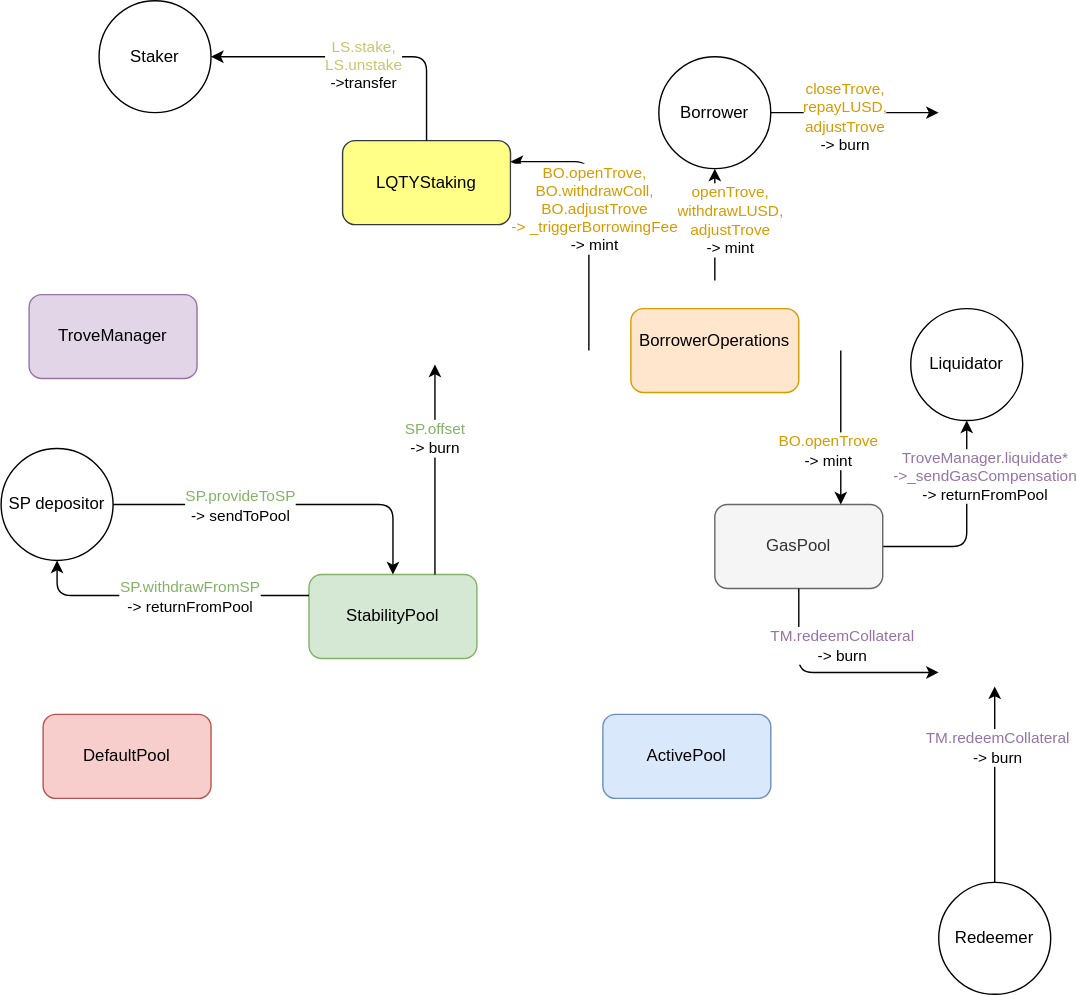
Above: images/LUSD_flows.svg in liquity/dev (draw.io), before the change. Source tidied: cells renumbered, new cells last; positions are measured from the earlier drawing's top-left corner, leaving out a move shared by most shapes.
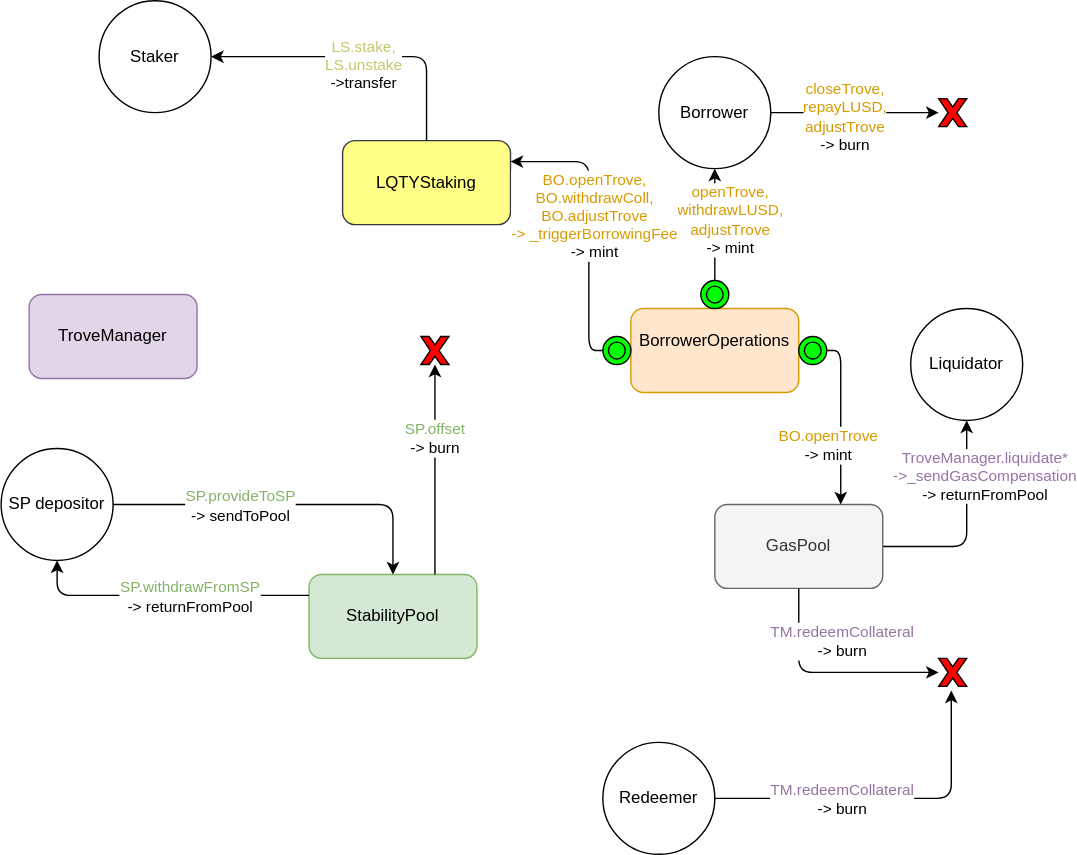
The same file after the commit.

Commit message:
Update LUSD flows diagram

What changed in the source:
```diff
@@ -5,9 +5,6 @@
     <mxCell id="2" value="&lt;div&gt;TroveManager&lt;/div&gt;" style="rounded=1;whiteSpace=wrap;html=1;fillColor=#e1d5e7;strokeColor=#9673a6;" parent="1" vertex="1">
       <mxGeometry x="20" y="210" width="120" height="60" as="geometry" />
     </mxCell>
-    <mxCell id="3" value="DefaultPool" style="rounded=1;whiteSpace=wrap;html=1;fillColor=#f8cecc;strokeColor=#b85450;" parent="1" vertex="1">
-      <mxGeometry x="30" y="510" width="120" height="60" as="geometry" />
-    </mxCell>
     <mxCell id="4" value="StabilityPool" style="rounded=1;whiteSpace=wrap;html=1;fillColor=#d5e8d4;strokeColor=#82b366;" parent="1" vertex="1">
       <mxGeometry x="220" y="410" width="120" height="60" as="geometry" />
     </mxCell>
@@ -28,11 +25,8 @@
       </mxGeometry>
     </mxCell>
     <mxCell id="9" value="Redeemer" style="ellipse;whiteSpace=wrap;html=1;" parent="1" vertex="1">
-      <mxGeometry x="670" y="630" width="80" height="80" as="geometry" />
+      <mxGeometry x="430" y="530" width="80" height="80" as="geometry" />
     </mxCell>
-    <mxCell id="10" value="ActivePool" style="rounded=1;whiteSpace=wrap;html=1;fillColor=#dae8fc;strokeColor=#6c8ebf;" parent="1" vertex="1">
-      <mxGeometry x="430" y="510" width="120" height="60" as="geometry" />
-    </mxCell>
     <mxCell id="11" value="Liquidator" style="ellipse;whiteSpace=wrap;html=1;" parent="1" vertex="1">
       <mxGeometry x="650" y="220" width="80" height="80" as="geometry" />
     </mxCell>
@@ -66,9 +60,8 @@
     <mxCell id="17" value="GasPool" style="rounded=1;whiteSpace=wrap;html=1;fillColor=#f5f5f5;strokeColor=#666666;fontColor=#333333;" parent="1" vertex="1">
       <mxGeometry x="510" y="360" width="120" height="60" as="geometry" />
     </mxCell>
-    <mxCell id="18" style="endArrow=classic;html=1;entryX=0.75;entryY=0;entryDx=0;entryDy=0;" parent="1" edge="1" target="17">
+    <mxCell id="18" style="endArrow=classic;html=1;entryX=0.75;entryY=0;entryDx=0;entryDy=0;exitX=1;exitY=0.5;exitDx=0;exitDy=0;" parent="1" edge="1" source="41" target="17">
       <mxGeometry relative="1" as="geometry">
-        <mxPoint x="600" y="250" as="sourcePoint" />
         <Array as="points">
           <mxPoint x="600" y="250" />
         </Array>
@@ -95,9 +88,8 @@
     <mxCell id="23" value="&lt;font color=&quot;#C7C76A&quot;&gt;LS.stake,&lt;br&gt;LS.unstake&lt;/font&gt;&lt;br&gt;-&amp;gt;transfer" style="edgeLabel;html=1;align=center;verticalAlign=middle;" parent="22" vertex="1">
       <mxGeometry x="-0.01" y="5" relative="1" as="geometry" />
     </mxCell>
-    <mxCell id="24" style="endArrow=classic;html=1;entryX=1;entryY=0.25;entryDx=0;entryDy=0;" parent="1" edge="1" target="21">
+    <mxCell id="24" style="endArrow=classic;html=1;entryX=1;entryY=0.25;entryDx=0;entryDy=0;exitX=0;exitY=0.5;exitDx=0;exitDy=0;" parent="1" edge="1" source="36" target="21">
       <mxGeometry relative="1" as="geometry">
-        <mxPoint x="420" y="250" as="sourcePoint" />
         <Array as="points">
           <mxPoint x="420" y="250" />
           <mxPoint x="420" y="115" />
@@ -135,13 +127,17 @@
     <mxCell id="31" value="&lt;span style=&quot;color: rgb(130 , 179 , 102)&quot;&gt;SP.offset&lt;br&gt;&lt;/span&gt;&lt;div&gt;-&amp;gt; burn&lt;/div&gt;" style="edgeLabel;html=1;align=center;verticalAlign=middle;" parent="30" vertex="1">
       <mxGeometry x="0.31" y="1" relative="1" as="geometry" />
     </mxCell>
-    <mxCell id="32" style="endArrow=classic;html=1;exitX=0.5;exitY=0;exitDx=0;exitDy=0;" parent="1" edge="1" source="9">
+    <mxCell id="32" style="endArrow=classic;html=1;exitX=1;exitY=0.5;exitDx=0;exitDy=0;entryX=0.45;entryY=1.15;entryDx=0;entryDy=0;entryPerimeter=0;" parent="1" edge="1" source="9" target="37">
       <mxGeometry relative="1" as="geometry">
-        <mxPoint x="710" y="490" as="targetPoint" />
+        <Array as="points">
+          <mxPoint x="679" y="570" />
+        </Array>
       </mxGeometry>
     </mxCell>
     <mxCell id="33" value="&lt;div&gt;&lt;font color=&quot;#9673A6&quot;&gt;TM.redeemCollateral&lt;/font&gt;&lt;/div&gt;&lt;div&gt;-&amp;gt; burn&lt;font color=&quot;#9673A6&quot;&gt;&lt;br&gt;&lt;/font&gt;&lt;/div&gt;" style="edgeLabel;html=1;align=center;verticalAlign=middle;" parent="32" vertex="1">
-      <mxGeometry x="0.39" y="-1" relative="1" as="geometry" />
+      <mxGeometry x="0.39" y="-1" relative="1" as="geometry">
+        <mxPoint x="-80" y="1" as="offset" />
+      </mxGeometry>
     </mxCell>
     <mxCell id="34" style="endArrow=classic;html=1;exitX=0.5;exitY=1;exitDx=0;exitDy=0;" parent="1" edge="1" source="17">
       <mxGeometry relative="1" as="geometry">
@@ -153,8 +149,26 @@
     </mxCell>
     <mxCell id="35" value="&lt;div&gt;&lt;font color=&quot;#9673A6&quot;&gt;TM.redeemCollateral&lt;/font&gt;&lt;/div&gt;&lt;div&gt;-&amp;gt; burn&lt;font color=&quot;#9673A6&quot;&gt;&lt;br&gt;&lt;/font&gt;&lt;/div&gt;" style="edgeLabel;html=1;align=center;verticalAlign=middle;" parent="34" vertex="1">
       <mxGeometry x="0.39" y="-1" relative="1" as="geometry">
-        <mxPoint x="-21" y="-21" as="offset" />
+        <mxPoint x="-21" y="-24" as="offset" />
       </mxGeometry>
     </mxCell>
+    <mxCell id="36" style="ellipse;shape=doubleEllipse;whiteSpace=wrap;html=1;fillColor=#00FF00;strokeColor=#000000;" parent="1" vertex="1">
+      <mxGeometry x="430" y="240" width="20" height="20" as="geometry" />
+    </mxCell>
+    <mxCell id="37" style="verticalLabelPosition=bottom;verticalAlign=top;html=1;shape=mxgraph.basic.x;strokeColor=#000000;fillColor=#FF0000;" parent="1" vertex="1">
+      <mxGeometry x="670" y="470" width="20" height="20" as="geometry" />
+    </mxCell>
+    <mxCell id="38" style="verticalLabelPosition=bottom;verticalAlign=top;html=1;shape=mxgraph.basic.x;strokeColor=#000000;fillColor=#FF0000;" parent="1" vertex="1">
+      <mxGeometry x="300" y="240" width="20" height="20" as="geometry" />
+    </mxCell>
+    <mxCell id="39" style="verticalLabelPosition=bottom;verticalAlign=top;html=1;shape=mxgraph.basic.x;strokeColor=#000000;fillColor=#FF0000;" parent="1" vertex="1">
+      <mxGeometry x="670" y="70" width="20" height="20" as="geometry" />
+    </mxCell>
+    <mxCell id="40" style="ellipse;shape=doubleEllipse;whiteSpace=wrap;html=1;fillColor=#00FF00;strokeColor=#000000;" parent="1" vertex="1">
+      <mxGeometry x="500" y="200" width="20" height="20" as="geometry" />
+    </mxCell>
+    <mxCell id="41" style="ellipse;shape=doubleEllipse;whiteSpace=wrap;html=1;fillColor=#00FF00;strokeColor=#000000;" parent="1" vertex="1">
+      <mxGeometry x="570" y="240" width="20" height="20" as="geometry" />
+    </mxCell>
   </root>
 </mxGraphModel>
```
